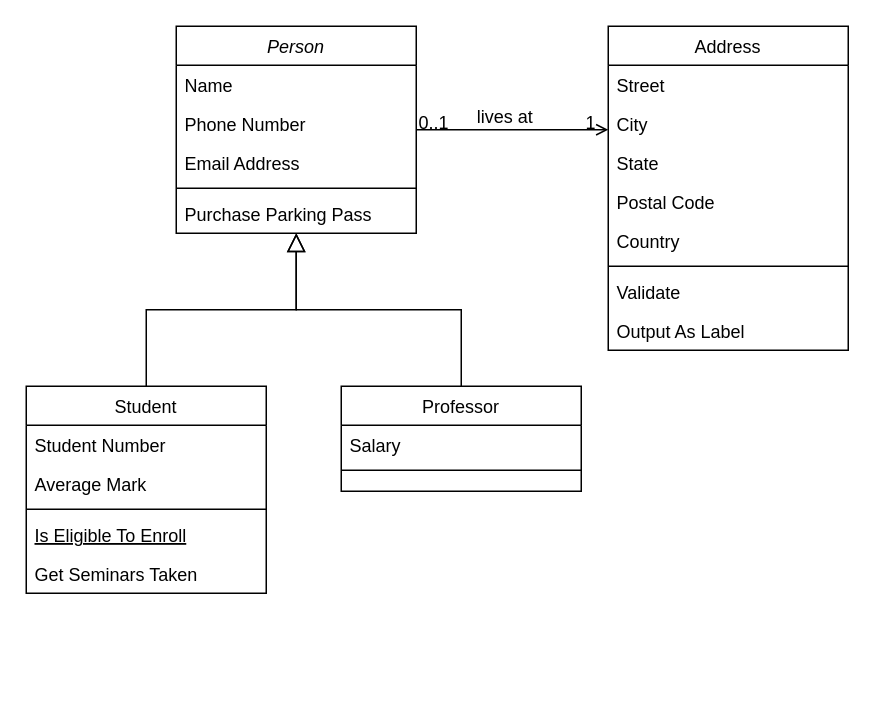
Before: Biblioteca.drawio in creepiman854/prueba, a draw.io diagram. Source tidied: cells renumbered, new cells numbered last; positions are measured from the earlier drawing's top-left corner, leaving out a move shared by most shapes. Both pictures are drawn from the tidied source at 150%, with x=0, y=0 at pixel (26, 26).
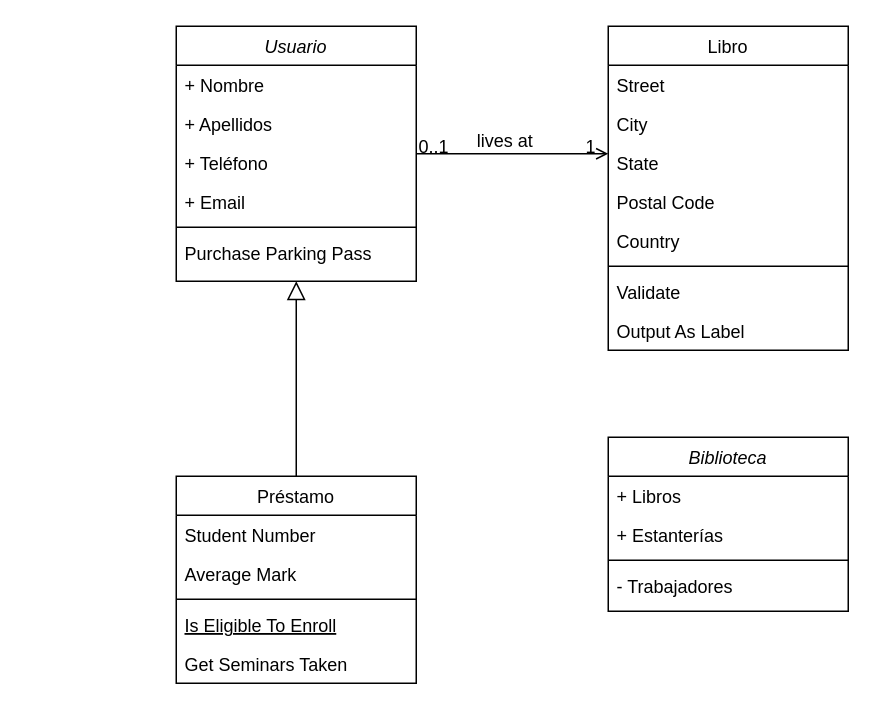
The same page after the edit.

Diff of the diagram source:
```diff
@@
-    <mxCell id="2" value="Person" style="swimlane;fontStyle=2;align=center;verticalAlign=top;horizontal=1;startSize=26;rounded=0;shadow=0;strokeWidth=1;" parent="1" vertex="1">
-      <mxGeometry x="100" width="160" height="138" as="geometry" />
+    <mxCell id="2" value="Usuario" style="swimlane;fontStyle=2;align=center;verticalAlign=top;horizontal=1;startSize=26;rounded=0;shadow=0;strokeWidth=1;" parent="1" vertex="1">
+      <mxGeometry x="100" width="160" height="170" as="geometry" />
     </mxCell>
-    <mxCell id="3" value="Name" style="text;align=left;verticalAlign=top;spacingLeft=4;spacingRight=4;overflow=hidden;" parent="2" vertex="1">
+    <mxCell id="3" value="+ Nombre" style="text;align=left;verticalAlign=top;spacingLeft=4;spacingRight=4;overflow=hidden;" parent="2" vertex="1">
       <mxGeometry y="26" width="160" height="26" as="geometry" />
     </mxCell>
+    <mxCell id="32" value="+ Apellidos" style="text;align=left;verticalAlign=top;spacingLeft=4;spacingRight=4;overflow=hidden;rounded=0;shadow=0;html=0;" parent="2" vertex="1">
+      <mxGeometry y="52" width="160" height="26" as="geometry" />
+    </mxCell>
-    <mxCell id="4" value="Phone Number" style="text;align=left;verticalAlign=top;spacingLeft=4;spacingRight=4;overflow=hidden;rounded=0;shadow=0;html=0;" parent="2" vertex="1">
-      <mxGeometry y="52" width="160" height="26" as="geometry" />
+    <mxCell id="4" value="+ Teléfono" style="text;align=left;verticalAlign=top;spacingLeft=4;spacingRight=4;overflow=hidden;rounded=0;shadow=0;html=0;" parent="2" vertex="1">
+      <mxGeometry y="78" width="160" height="26" as="geometry" />
     </mxCell>
-    <mxCell id="5" value="Email Address" style="text;align=left;verticalAlign=top;spacingLeft=4;spacingRight=4;overflow=hidden;rounded=0;shadow=0;html=0;" parent="2" vertex="1">
-      <mxGeometry y="78" width="160" height="26" as="geometry" />
+    <mxCell id="5" value="+ Email" style="text;align=left;verticalAlign=top;spacingLeft=4;spacingRight=4;overflow=hidden;rounded=0;shadow=0;html=0;" parent="2" vertex="1">
+      <mxGeometry y="104" width="160" height="26" as="geometry" />
     </mxCell>
     <mxCell id="6" style="line;html=1;strokeWidth=1;align=left;verticalAlign=middle;spacingTop=-1;spacingLeft=3;spacingRight=3;labelPosition=right;" parent="2" vertex="1">
-      <mxGeometry y="104" width="160" height="8" as="geometry" />
+      <mxGeometry y="130" width="160" height="8" as="geometry" />
     </mxCell>
     <mxCell id="7" value="Purchase Parking Pass" style="text;align=left;verticalAlign=top;spacingLeft=4;spacingRight=4;overflow=hidden;" parent="2" vertex="1">
-      <mxGeometry y="112" width="160" height="26" as="geometry" />
+      <mxGeometry y="138" width="160" height="26" as="geometry" />
     </mxCell>
-    <mxCell id="8" value="Student" style="swimlane;fontStyle=0;align=center;verticalAlign=top;horizontal=1;startSize=26;rounded=0;shadow=0;strokeWidth=1;" parent="1" vertex="1">
-      <mxGeometry y="240" width="160" height="138" as="geometry" />
+    <mxCell id="8" value="Préstamo" style="swimlane;fontStyle=0;align=center;verticalAlign=top;horizontal=1;startSize=26;rounded=0;shadow=0;strokeWidth=1;" parent="1" vertex="1">
+      <mxGeometry x="100" y="300" width="160" height="138" as="geometry" />
     </mxCell>
@@
-    <mxCell id="15" value="Professor" style="swimlane;fontStyle=0;align=center;verticalAlign=top;horizontal=1;startSize=26;rounded=0;shadow=0;strokeWidth=1;" parent="1" vertex="1">
-      <mxGeometry x="210" y="240" width="160" height="70" as="geometry" />
-    </mxCell>
-    <mxCell id="16" value="Salary" style="text;align=left;verticalAlign=top;spacingLeft=4;spacingRight=4;overflow=hidden;" parent="15" vertex="1">
-      <mxGeometry y="26" width="160" height="26" as="geometry" />
-    </mxCell>
-    <mxCell id="17" style="line;html=1;strokeWidth=1;align=left;verticalAlign=middle;spacingTop=-1;spacingLeft=3;spacingRight=3;labelPosition=right;" parent="15" vertex="1">
-      <mxGeometry y="52" width="160" height="8" as="geometry" />
-    </mxCell>
-    <mxCell id="18" style="endArrow=block;endSize=10;endFill=0;shadow=0;strokeWidth=1;rounded=0;curved=0;edgeStyle=elbowEdgeStyle;elbow=vertical;" parent="1" edge="1" source="15" target="2">
-      <mxGeometry relative="1" as="geometry" />
-    </mxCell>
-    <mxCell id="19" value="Address" style="swimlane;fontStyle=0;align=center;verticalAlign=top;horizontal=1;startSize=26;rounded=0;shadow=0;strokeWidth=1;" parent="1" vertex="1">
+    <mxCell id="19" value="Libro" style="swimlane;fontStyle=0;align=center;verticalAlign=top;horizontal=1;startSize=26;rounded=0;shadow=0;strokeWidth=1;" parent="1" vertex="1">
       <mxGeometry x="388" width="160" height="216" as="geometry" />
     </mxCell>
@@
+    <mxCell id="33" value="Biblioteca" style="swimlane;fontStyle=2;align=center;verticalAlign=top;horizontal=1;startSize=26;rounded=0;shadow=0;strokeWidth=1;" parent="1" vertex="1">
+      <mxGeometry x="388" y="274" width="160" height="116" as="geometry" />
+    </mxCell>
+    <mxCell id="34" value="+ Libros" style="text;align=left;verticalAlign=top;spacingLeft=4;spacingRight=4;overflow=hidden;" parent="33" vertex="1">
+      <mxGeometry y="26" width="160" height="26" as="geometry" />
+    </mxCell>
+    <mxCell id="35" value="+ Estanterías" style="text;align=left;verticalAlign=top;spacingLeft=4;spacingRight=4;overflow=hidden;rounded=0;shadow=0;html=0;" parent="33" vertex="1">
+      <mxGeometry y="52" width="160" height="26" as="geometry" />
+    </mxCell>
+    <mxCell id="36" style="line;html=1;strokeWidth=1;align=left;verticalAlign=middle;spacingTop=-1;spacingLeft=3;spacingRight=3;labelPosition=right;" parent="33" vertex="1">
+      <mxGeometry y="78" width="160" height="8" as="geometry" />
+    </mxCell>
+    <mxCell id="37" value="- Trabajadores" style="text;align=left;verticalAlign=top;spacingLeft=4;spacingRight=4;overflow=hidden;rounded=0;shadow=0;html=0;" parent="33" vertex="1">
+      <mxGeometry y="86" width="160" height="26" as="geometry" />
+    </mxCell>
```
